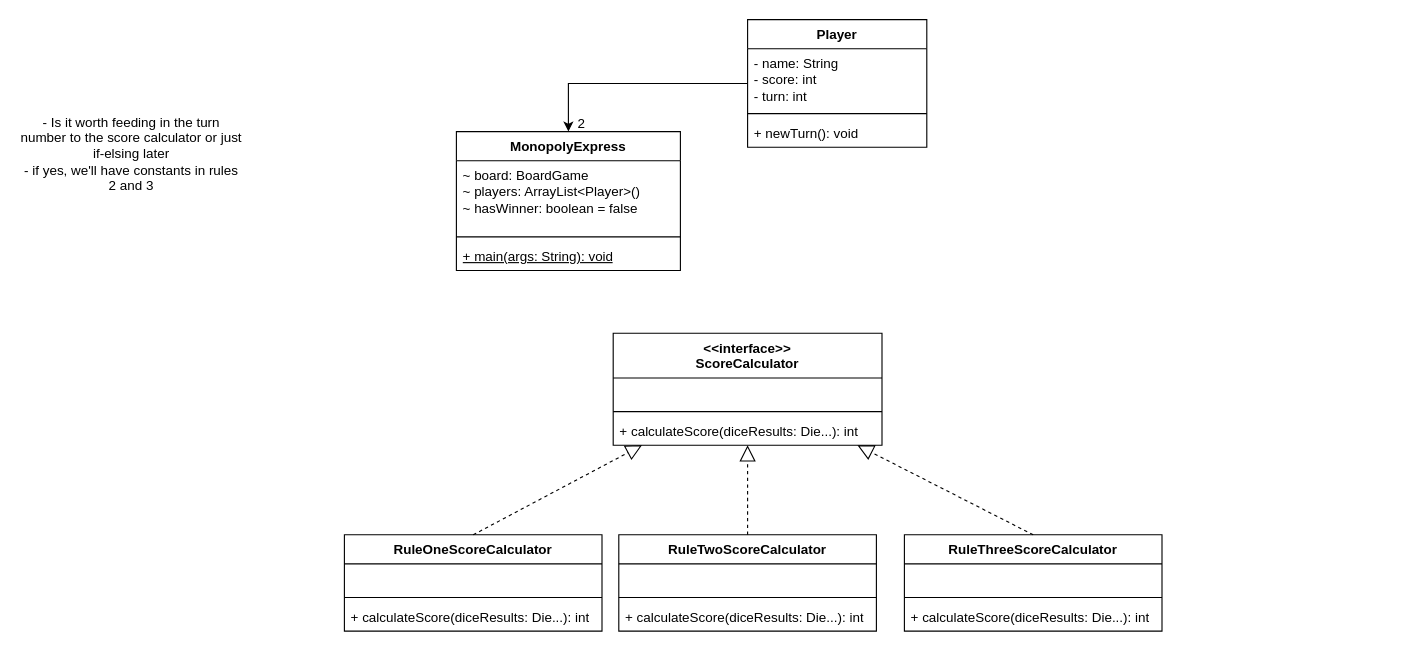
Before: workshop9-week10.drawio in antonykimuom/SWEN30006-2025-SM1-workshop1-tuew05-14-00-team-12, a draw.io diagram. Source tidied: cells renumbered, new cells numbered last; positions are measured from the earlier drawing's top-left corner, leaving out a move shared by most shapes. Both pictures are drawn from the tidied source at 112%, with x=0, y=0 at pixel (19, 19).
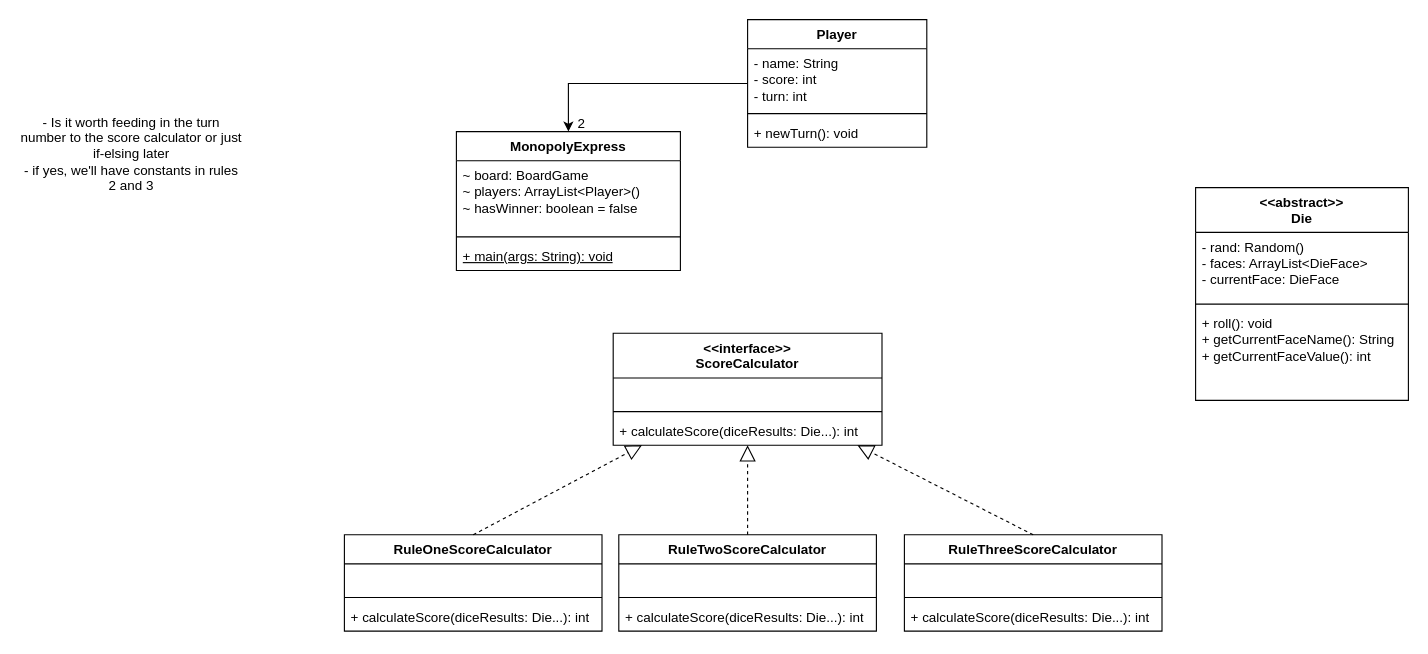
After the change.

Commit message:
added die class <3

Diff of the diagram source:
```diff
@@
+    <mxCell id="32" value="&amp;lt;&amp;lt;abstract&amp;gt;&amp;gt;&lt;div&gt;Die&lt;/div&gt;" style="swimlane;fontStyle=1;align=center;verticalAlign=top;horizontal=1;startSize=40;whiteSpace=wrap;html=1;" parent="1" vertex="1">
+      <mxGeometry x="1050" y="150" width="190" height="190" as="geometry" />
+    </mxCell>
+    <mxCell id="33" value="- rand: Random()&lt;div&gt;- faces: ArrayList&amp;lt;DieFace&amp;gt;&lt;/div&gt;&lt;div&gt;- currentFace: DieFace&lt;/div&gt;" style="text;strokeColor=none;fillColor=none;align=left;verticalAlign=top;spacingLeft=4;spacingRight=4;overflow=hidden;whiteSpace=wrap;html=1;" parent="32" vertex="1">
+      <mxGeometry y="40" width="190" height="60" as="geometry" />
+    </mxCell>
+    <mxCell id="34" style="line;strokeWidth=1;fillColor=none;align=left;verticalAlign=middle;spacingTop=-1;spacingLeft=3;spacingRight=3;labelPosition=right;strokeColor=inherit;" parent="32" vertex="1">
+      <mxGeometry y="100" width="190" height="8" as="geometry" />
+    </mxCell>
+    <mxCell id="35" value="+ roll(): void&lt;div&gt;+ getCurrentFaceName(): String&lt;/div&gt;&lt;div&gt;+ getCurrentFaceValue(): int&lt;/div&gt;" style="text;strokeColor=none;fillColor=none;align=left;verticalAlign=top;spacingLeft=4;spacingRight=4;overflow=hidden;whiteSpace=wrap;html=1;" parent="32" vertex="1">
+      <mxGeometry y="108" width="190" height="82" as="geometry" />
+    </mxCell>
```
